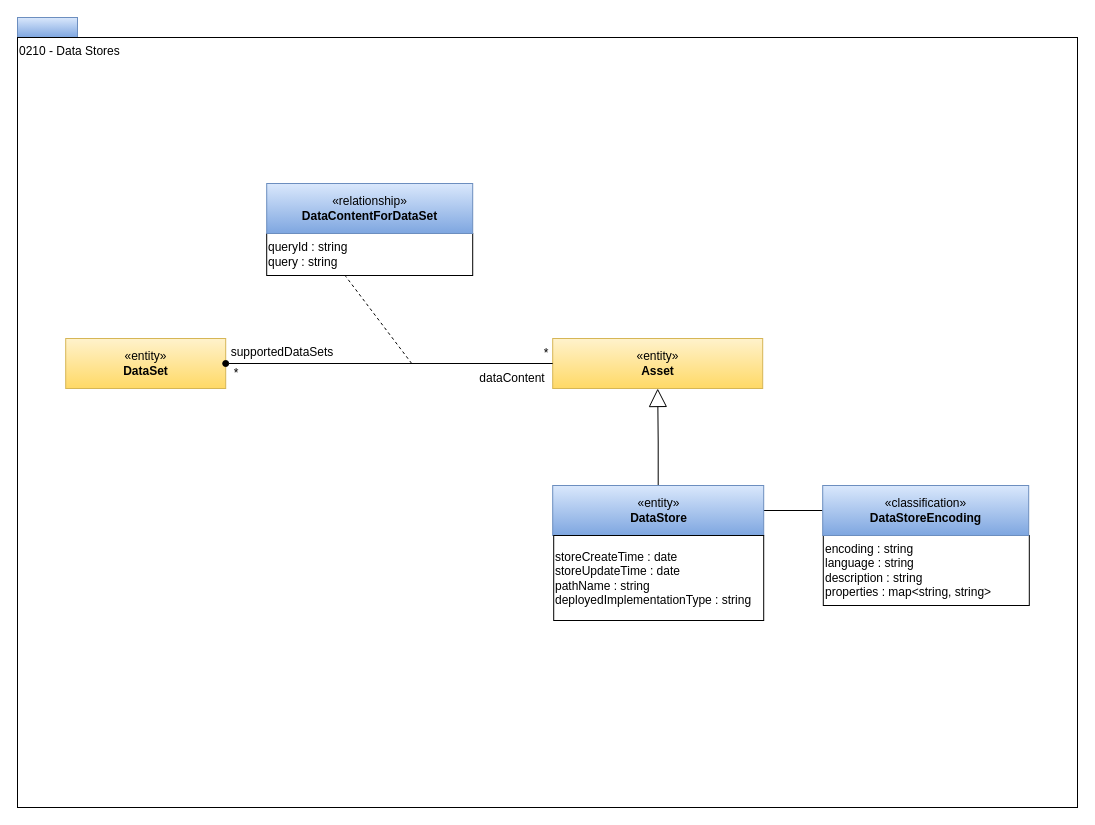
Earlier version of the draw.io diagram page "0210-Data-Stores" (4 of 23) of site/docs/types/2/area-2-assets.drawio (odpi/egeria-docs). Source tidied: cells renumbered, new cells numbered last; positions are measured from the earlier drawing's top-left corner, leaving out a move shared by most shapes. Both pictures are drawn from the tidied source at 100%, with x=0, y=0 at pixel (17, 17).
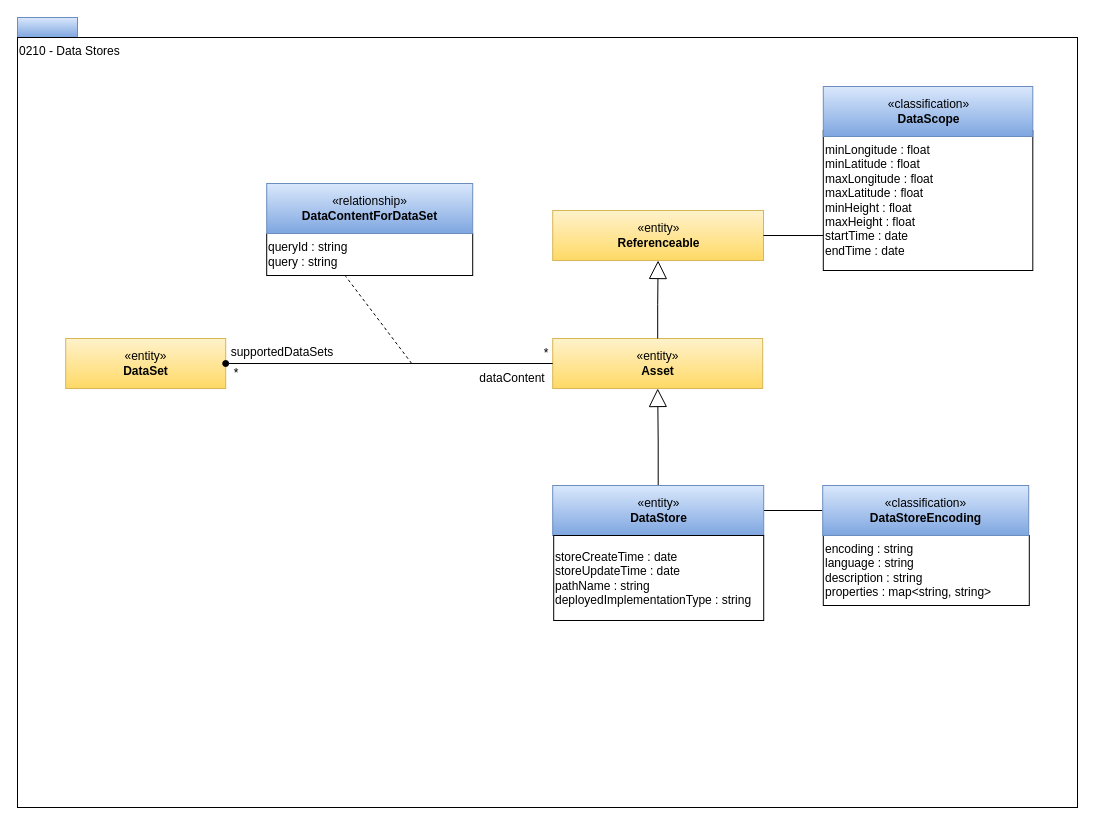
The same page after the edit.

The change refers to these unchanged cells:
```xml
<mxCell id="7" value="«entity»&lt;br&gt;&lt;b&gt;Asset&lt;/b&gt;" style="html=1;strokeColor=#d6b656;align=center;fillColor=#fff2cc;gradientColor=#ffd966;" parent="1" vertex="1">
  <mxGeometry x="535.2" y="321" width="210" height="50" as="geometry" />
</mxCell>
```

What changed in the source:
```diff
@@
+    <mxCell id="20" value="«entity»&lt;br&gt;&lt;b&gt;Referenceable&lt;/b&gt;" style="html=1;strokeColor=#d6b656;align=center;fillColor=#fff2cc;gradientColor=#ffd966;" parent="1" vertex="1">
+      <mxGeometry x="535.2" y="193" width="210.8" height="50" as="geometry" />
+    </mxCell>
+    <mxCell id="21" style="rounded=0;jettySize=auto;html=1;exitX=1;exitY=0.5;exitDx=0;exitDy=0;endArrow=none;endFill=0;entryX=0;entryY=0.75;entryDx=0;entryDy=0;" parent="1" edge="1" source="20" target="22">
+      <mxGeometry relative="1" as="geometry" />
+    </mxCell>
+    <mxCell id="22" value="minLongitude : float&lt;br&gt;minLatitude : float&lt;br style=&quot;border-color: var(--border-color);&quot;&gt;maxLongitude : float&lt;br style=&quot;border-color: var(--border-color);&quot;&gt;maxLatitude : float&lt;br&gt;minHeight : float&lt;br&gt;maxHeight : float&lt;br&gt;startTime : date&lt;br&gt;endTime : date" style="rounded=0;whiteSpace=wrap;html=1;strokeColor=#000000;gradientColor=#ffffff;align=left;" parent="1" vertex="1">
+      <mxGeometry x="805.8" y="113" width="209.5" height="140" as="geometry" />
+    </mxCell>
+    <mxCell id="23" value="«classification»&lt;br&gt;&lt;b&gt;DataScope&lt;/b&gt;" style="html=1;strokeColor=#6c8ebf;align=center;fillColor=#dae8fc;gradientColor=#7ea6e0;" parent="1" vertex="1">
+      <mxGeometry x="805.8" y="69" width="209.5" height="50" as="geometry" />
+    </mxCell>
+    <mxCell id="24" style="edgeStyle=orthogonalEdgeStyle;rounded=0;jettySize=auto;html=1;exitX=0.5;exitY=0;exitDx=0;exitDy=0;endArrow=block;endFill=0;endSize=16;" parent="1" edge="1" source="7" target="20">
+      <mxGeometry relative="1" as="geometry" />
+    </mxCell>
```
